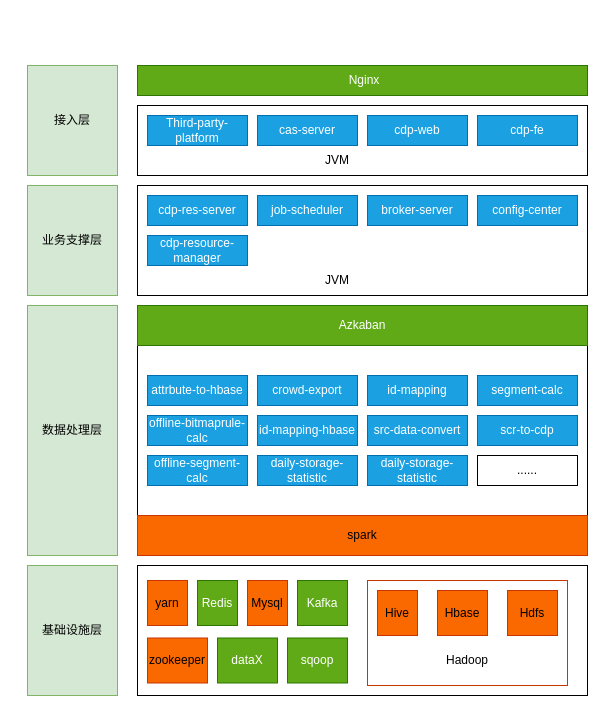
The draw.io diagram CDP服务部署逻辑图.drawio in DThadch/draw, before the edit. Source tidied: cells renumbered, new cells numbered last; positions are measured from the earlier drawing's top-left corner, leaving out a move shared by most shapes. Both pictures are drawn from the tidied source at 100%, with x=0, y=0 at pixel (27, 65).
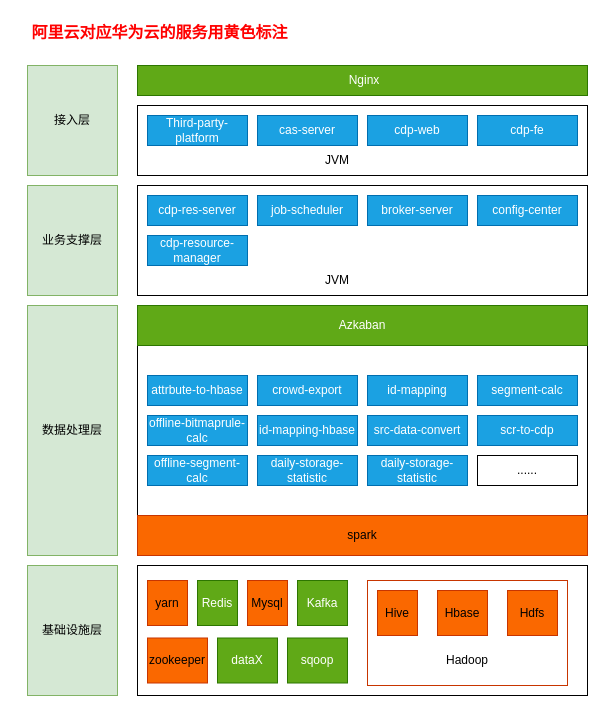
The same page after the edit.

Commit message (it also covers changes not shown here):
更新CDP服务部署逻辑图.drawio

Change to the diagram source:
```diff
@@
+    <mxCell id="49" value="阿里云对应华为云的服务用黄色标注" style="text;html=1;align=center;verticalAlign=middle;whiteSpace=wrap;rounded=0;fontFamily=Helvetica;fontSize=16;fontColor=#FF0000;fontStyle=1;" parent="1" vertex="1">
+      <mxGeometry x="-10" y="-48" width="285" height="30" as="geometry" />
+    </mxCell>
```
